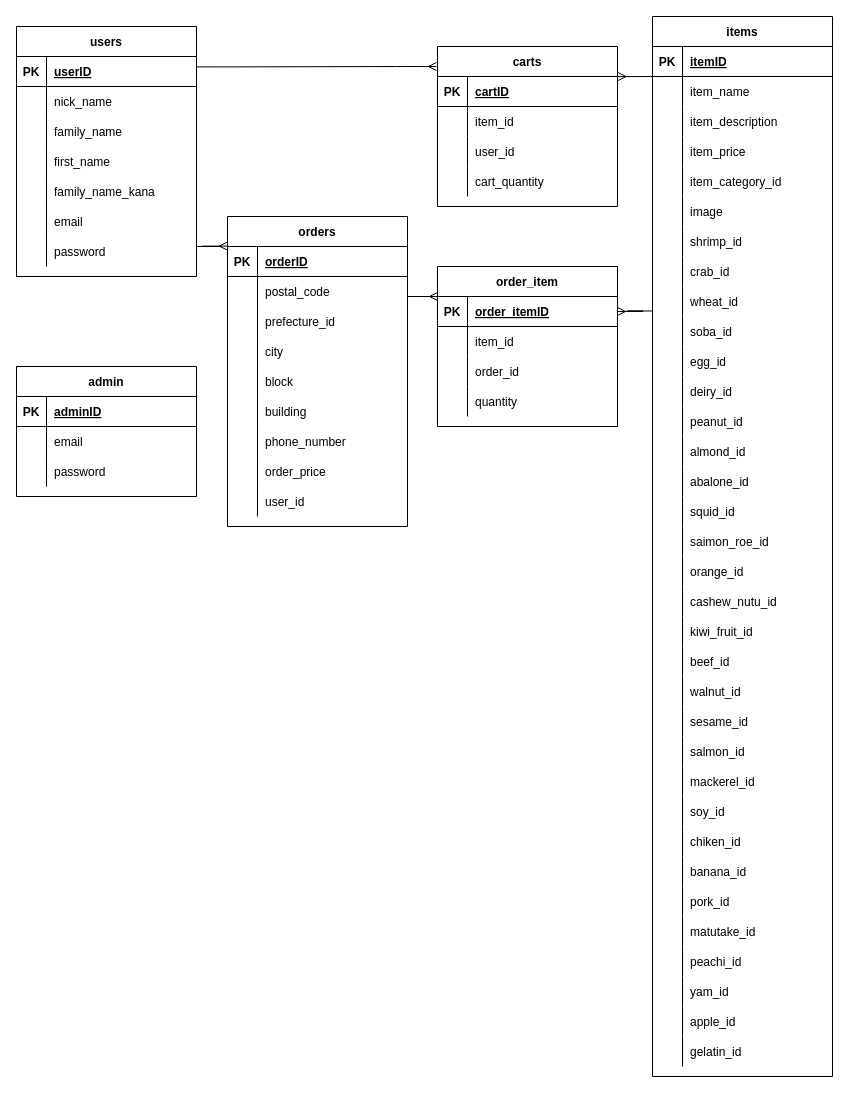
Above: oriapu.dio in fukuyumi/oriapu (draw.io), before the change. Source tidied: cells renumbered, new cells numbered last; positions are measured from the earlier drawing's top-left corner, leaving out a move shared by most shapes. Both pictures are drawn from the tidied source at 100%, with x=0, y=0 at pixel (16, 16).
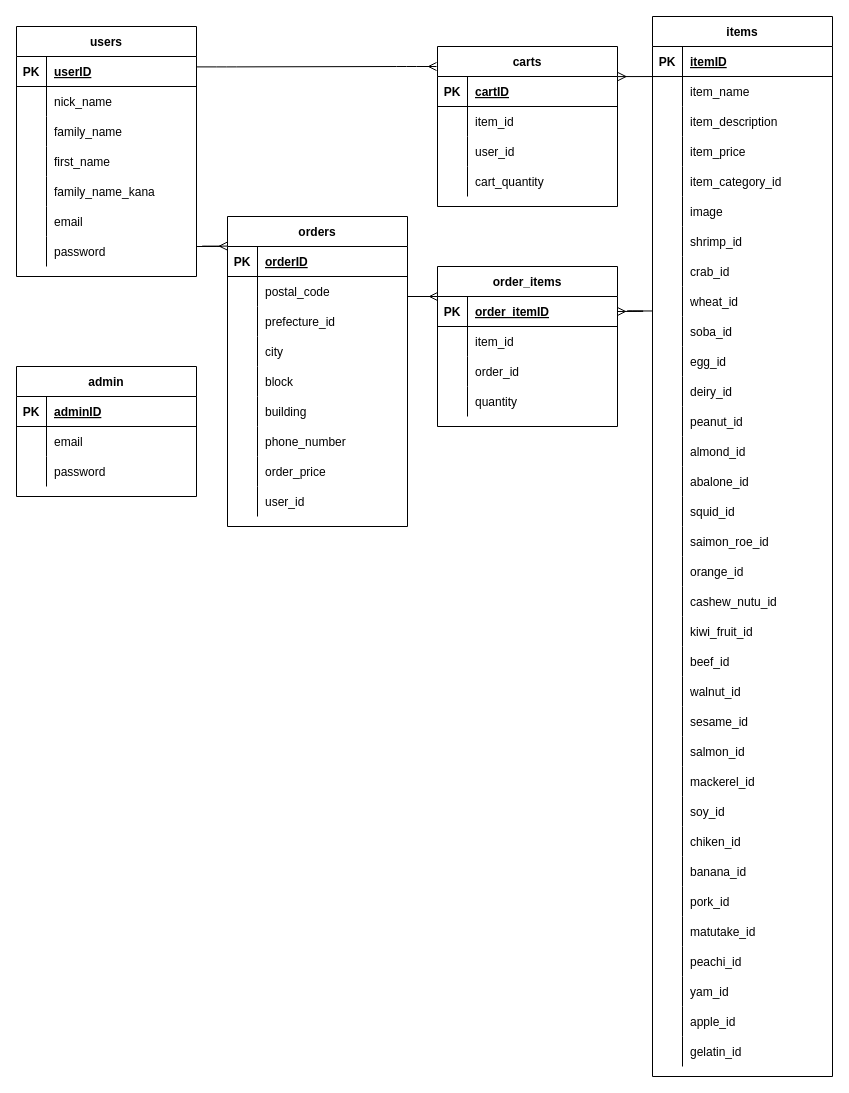
The same page after the edit.

Commit message:
テーブル名変更

What changed in the source:
```diff
@@
-    <mxCell id="62" value="order_item" style="shape=table;startSize=30;childLayout=tableLayout;rowLines=0;fontStyle=1;align=center;" parent="1" vertex="1">
+    <mxCell id="62" value="order_items" style="shape=table;startSize=30;childLayout=tableLayout;rowLines=0;fontStyle=1;align=center;" parent="1" vertex="1">
       <mxGeometry x="421" y="250" width="180" height="160" as="geometry" />
     </mxCell>
```
